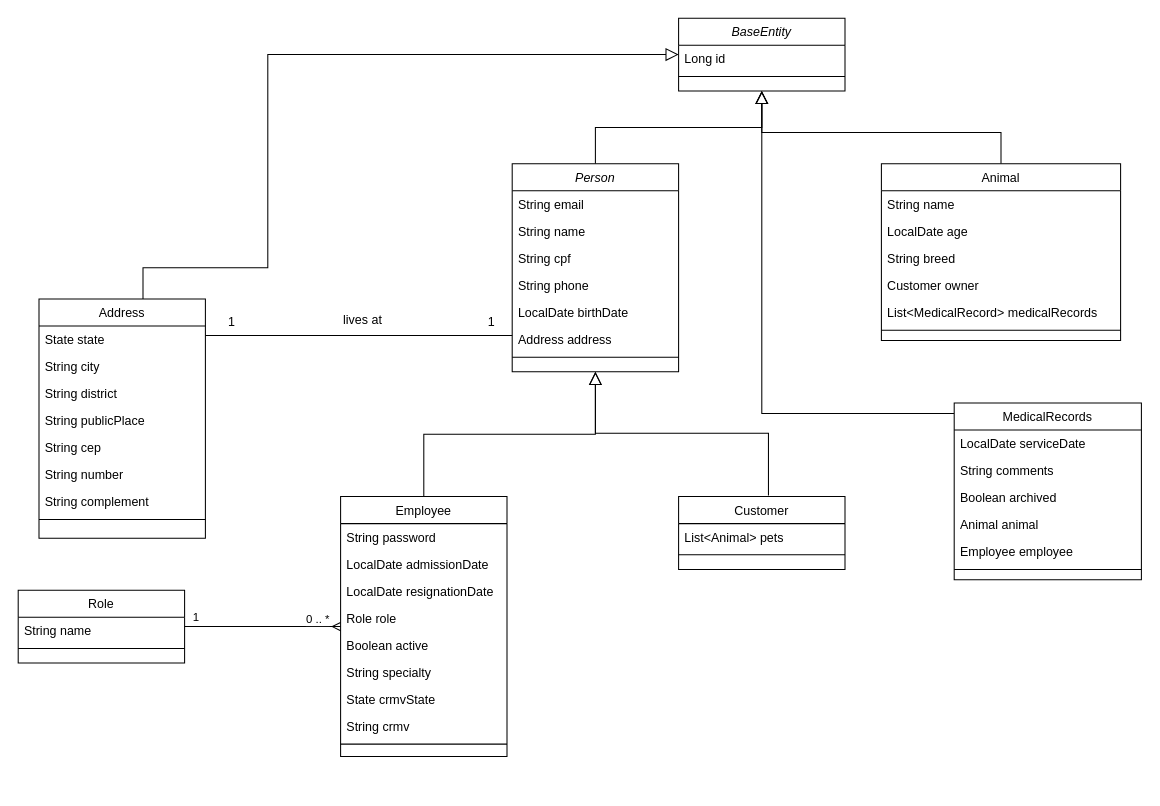
Before: page "Entities" (1 of 2) of docs/diagrama.drawio in GLutzBR/app-veterinario, a draw.io diagram. Source tidied: cells renumbered, new cells numbered last; positions are measured from the earlier drawing's top-left corner, leaving out a move shared by most shapes. Both pictures are drawn from the tidied source at 104%, with x=0, y=0 at pixel (18, 18).
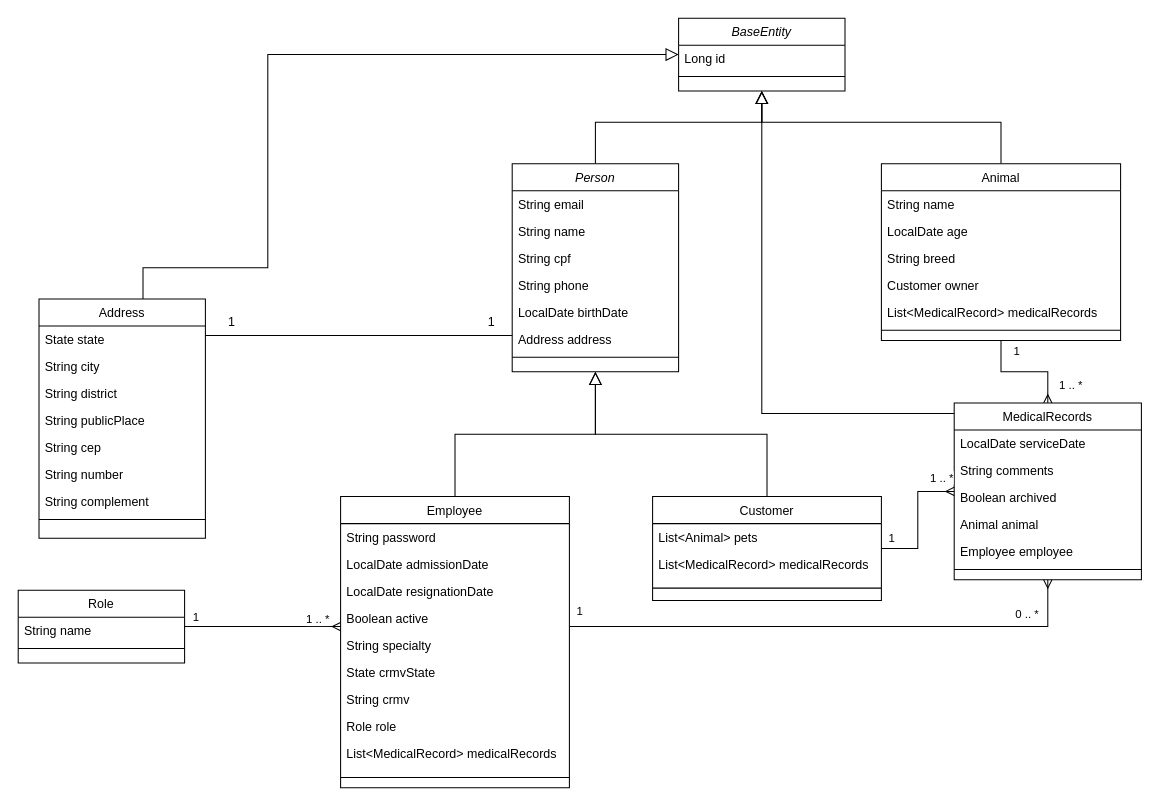
After the change.

Commit message:
doc: mapeamento de classes API

Unchanged cells that the change refers to:
```xml
<mxCell id="3" value="Person" style="swimlane;fontStyle=2;align=center;verticalAlign=top;horizontal=1;startSize=26;rounded=0;shadow=0;strokeWidth=1;" parent="1" vertex="1">
  <mxGeometry x="475" y="140" width="160" height="200" as="geometry" />
</mxCell>
<mxCell id="32" style="endArrow=none;shadow=0;strokeWidth=1;rounded=0;endFill=0;edgeStyle=elbowEdgeStyle;elbow=vertical;" parent="1" edge="1" source="3" target="23">
  <mxGeometry x="0.5" y="41" relative="1" as="geometry">
    <mxPoint x="-40" y="32" as="offset" />
  </mxGeometry>
</mxCell>
<mxCell id="40" value="BaseEntity" style="swimlane;fontStyle=2;align=center;verticalAlign=top;horizontal=1;startSize=26;rounded=0;shadow=0;strokeWidth=1;" parent="1" vertex="1">
  <mxGeometry x="635" width="160" height="70" as="geometry" />
</mxCell>
<mxCell id="46" value="1" style="edgeStyle=orthogonalEdgeStyle;rounded=0;jettySize=auto;html=1;endArrow=ERmany;endFill=0;" parent="1" edge="1" source="44" target="11">
  <mxGeometry x="-0.86" y="9" relative="1" as="geometry">
    <Array as="points">
      <mxPoint x="210" y="585" />
      <mxPoint x="210" y="585" />
    </Array>
  </mxGeometry>
</mxCell>
<mxCell id="49" value="Animal" style="swimlane;fontStyle=0;align=center;verticalAlign=top;horizontal=1;startSize=26;rounded=0;shadow=0;strokeWidth=1;" parent="1" vertex="1">
  <mxGeometry x="830" y="140" width="230" height="170" as="geometry" />
</mxCell>
<mxCell id="57" value="MedicalRecords" style="swimlane;fontStyle=0;align=center;verticalAlign=top;horizontal=1;startSize=26;rounded=0;shadow=0;strokeWidth=1;" parent="1" vertex="1">
  <mxGeometry x="900" y="370" width="180" height="170" as="geometry" />
</mxCell>
```

The edit, as a diff of the source:
```diff
@@
     <mxCell id="2" style="edgeStyle=orthogonalEdgeStyle;rounded=0;jettySize=auto;html=1;entryX=0.5;entryY=1;entryDx=0;entryDy=0;shadow=0;strokeWidth=1;endFill=0;endArrow=block;endSize=10;" parent="1" edge="1" source="3" target="40">
-      <mxGeometry relative="1" as="geometry" />
+      <mxGeometry relative="1" as="geometry">
+        <Array as="points">
+          <mxPoint x="555" y="100" />
+          <mxPoint x="715" y="100" />
+        </Array>
+      </mxGeometry>
     </mxCell>
@@
+    <mxCell id="64" value="1" style="edgeStyle=orthogonalEdgeStyle;rounded=0;jettySize=auto;html=1;endArrow=ERmany;endFill=0;" parent="1" edge="1" source="11" target="57">
+      <mxGeometry x="-0.96" y="15" relative="1" as="geometry">
+        <Array as="points">
+          <mxPoint x="990" y="585" />
+        </Array>
+      </mxGeometry>
+    </mxCell>
     <mxCell id="11" value="Employee" style="swimlane;fontStyle=0;align=center;verticalAlign=top;horizontal=1;startSize=26;rounded=0;shadow=0;strokeWidth=1;" parent="1" vertex="1">
-      <mxGeometry x="310" y="460" width="160" height="250" as="geometry" />
+      <mxGeometry x="310" y="460" width="220" height="280" as="geometry" />
     </mxCell>
     <mxCell id="12" value="String password" style="text;align=left;verticalAlign=top;spacingLeft=4;spacingRight=4;overflow=hidden;rounded=0;shadow=0;html=0;" parent="11" vertex="1">
-      <mxGeometry y="26" width="160" height="26" as="geometry" />
+      <mxGeometry y="26" width="220" height="26" as="geometry" />
     </mxCell>
     <mxCell id="13" value="LocalDate admissionDate" style="text;align=left;verticalAlign=top;spacingLeft=4;spacingRight=4;overflow=hidden;" parent="11" vertex="1">
-      <mxGeometry y="52" width="160" height="26" as="geometry" />
+      <mxGeometry y="52" width="220" height="26" as="geometry" />
     </mxCell>
     <mxCell id="14" value="LocalDate resignationDate" style="text;align=left;verticalAlign=top;spacingLeft=4;spacingRight=4;overflow=hidden;rounded=0;shadow=0;html=0;" parent="11" vertex="1">
-      <mxGeometry y="78" width="160" height="26" as="geometry" />
+      <mxGeometry y="78" width="220" height="26" as="geometry" />
     </mxCell>
-    <mxCell id="15" value="Role role" style="text;align=left;verticalAlign=top;spacingLeft=4;spacingRight=4;overflow=hidden;rounded=0;shadow=0;html=0;" parent="11" vertex="1">
-      <mxGeometry y="104" width="160" height="26" as="geometry" />
-    </mxCell>
     <mxCell id="16" value="Boolean active" style="text;align=left;verticalAlign=top;spacingLeft=4;spacingRight=4;overflow=hidden;rounded=0;shadow=0;html=0;" parent="11" vertex="1">
-      <mxGeometry y="130" width="160" height="26" as="geometry" />
+      <mxGeometry y="104" width="220" height="26" as="geometry" />
     </mxCell>
     <mxCell id="17" value="String specialty" style="text;align=left;verticalAlign=top;spacingLeft=4;spacingRight=4;overflow=hidden;" parent="11" vertex="1">
-      <mxGeometry y="156" width="160" height="26" as="geometry" />
+      <mxGeometry y="130" width="220" height="26" as="geometry" />
     </mxCell>
     <mxCell id="18" value="State crmvState" style="text;align=left;verticalAlign=top;spacingLeft=4;spacingRight=4;overflow=hidden;" parent="11" vertex="1">
-      <mxGeometry y="182" width="160" height="26" as="geometry" />
+      <mxGeometry y="156" width="220" height="26" as="geometry" />
     </mxCell>
     <mxCell id="19" value="String crmv" style="text;align=left;verticalAlign=top;spacingLeft=4;spacingRight=4;overflow=hidden;" parent="11" vertex="1">
-      <mxGeometry y="208" width="160" height="26" as="geometry" />
+      <mxGeometry y="182" width="220" height="26" as="geometry" />
     </mxCell>
+    <mxCell id="15" value="Role role" style="text;align=left;verticalAlign=top;spacingLeft=4;spacingRight=4;overflow=hidden;rounded=0;shadow=0;html=0;" parent="11" vertex="1">
+      <mxGeometry y="208" width="220" height="26" as="geometry" />
+    </mxCell>
+    <mxCell id="65" value="List&lt;MedicalRecord&gt; medicalRecords" style="text;align=left;verticalAlign=top;spacingLeft=4;spacingRight=4;overflow=hidden;" parent="11" vertex="1">
+      <mxGeometry y="234" width="220" height="26" as="geometry" />
+    </mxCell>
     <mxCell id="20" style="line;html=1;strokeWidth=1;align=left;verticalAlign=middle;spacingTop=-1;spacingLeft=3;spacingRight=3;labelPosition=right;" parent="11" vertex="1">
-      <mxGeometry y="234" width="160" height="8" as="geometry" />
+      <mxGeometry y="260" width="220" height="20" as="geometry" />
     </mxCell>
@@
-    <mxCell id="35" value="lives at" style="text;html=1;align=center;verticalAlign=middle;labelBackgroundColor=none;rounded=0;shadow=0;strokeWidth=1;fontSize=12;" parent="32" vertex="1">
-      <mxGeometry x="0.5" y="49" relative="1" as="geometry">
-        <mxPoint x="76" y="-64" as="offset" />
-      </mxGeometry>
-    </mxCell>
-    <mxCell id="36" value="Customer" style="swimlane;fontStyle=0;align=center;verticalAlign=top;horizontal=1;startSize=26;rounded=0;shadow=0;strokeWidth=1;" parent="1" vertex="1">
-      <mxGeometry x="635" y="460" width="160" height="70" as="geometry" />
-    </mxCell>
-    <mxCell id="37" value="List&lt;Animal&gt; pets" style="text;align=left;verticalAlign=top;spacingLeft=4;spacingRight=4;overflow=hidden;" parent="36" vertex="1">
-      <mxGeometry y="26" width="160" height="26" as="geometry" />
-    </mxCell>
-    <mxCell id="38" style="line;html=1;strokeWidth=1;align=left;verticalAlign=middle;spacingTop=-1;spacingLeft=3;spacingRight=3;labelPosition=right;" parent="36" vertex="1">
-      <mxGeometry y="52" width="160" height="8" as="geometry" />
-    </mxCell>
-    <mxCell id="39" style="endArrow=block;endSize=10;endFill=0;shadow=0;strokeWidth=1;rounded=0;edgeStyle=elbowEdgeStyle;elbow=vertical;exitX=0.54;exitY=-0.015;exitDx=0;exitDy=0;exitPerimeter=0;" parent="1" edge="1" source="36" target="3">
+    <mxCell id="39" style="endArrow=block;endSize=10;endFill=0;shadow=0;strokeWidth=1;rounded=0;edgeStyle=elbowEdgeStyle;elbow=vertical;" parent="1" edge="1" source="36" target="3">
       <mxGeometry relative="1" as="geometry" />
     </mxCell>
@@
-    <mxCell id="47" value="0 .. *" style="edgeLabel;html=1;align=center;verticalAlign=middle;" parent="46" vertex="1">
+    <mxCell id="47" value="1 .. *" style="edgeLabel;html=1;align=center;verticalAlign=middle;" parent="46" vertex="1">
       <mxGeometry x="0.21" y="1" relative="1" as="geometry">
         <mxPoint x="36" y="-7" as="offset" />
       </mxGeometry>
     </mxCell>
     <mxCell id="48" style="edgeStyle=orthogonalEdgeStyle;rounded=0;jettySize=auto;html=1;endArrow=block;endFill=0;shadow=0;strokeWidth=1;endSize=10;" parent="1" edge="1" source="49" target="40">
       <mxGeometry relative="1" as="geometry">
         <Array as="points">
-          <mxPoint x="945" y="110" />
-          <mxPoint x="715" y="110" />
+          <mxPoint x="945" y="100" />
+          <mxPoint x="715" y="100" />
         </Array>
       </mxGeometry>
     </mxCell>
+    <mxCell id="66" value="1" style="edgeStyle=orthogonalEdgeStyle;rounded=0;jettySize=auto;html=1;endArrow=ERmany;endFill=0;" parent="1" edge="1" source="49" target="57">
+      <mxGeometry x="-0.81" y="15" relative="1" as="geometry" />
+    </mxCell>
@@
+    <mxCell id="67" value="1" style="edgeStyle=orthogonalEdgeStyle;rounded=0;jettySize=auto;html=1;endArrow=ERmany;endFill=0;" parent="1" edge="1" source="36" target="57">
+      <mxGeometry x="-0.84" y="10" relative="1" as="geometry" />
+    </mxCell>
+    <mxCell id="36" value="Customer" style="swimlane;fontStyle=0;align=center;verticalAlign=top;horizontal=1;startSize=26;rounded=0;shadow=0;strokeWidth=1;" parent="1" vertex="1">
+      <mxGeometry x="610" y="460" width="220" height="100" as="geometry" />
+    </mxCell>
+    <mxCell id="37" value="List&lt;Animal&gt; pets" style="text;align=left;verticalAlign=top;spacingLeft=4;spacingRight=4;overflow=hidden;rounded=0;shadow=0;html=0;" parent="36" vertex="1">
+      <mxGeometry y="26" width="220" height="26" as="geometry" />
+    </mxCell>
+    <mxCell id="68" value="List&lt;MedicalRecord&gt; medicalRecords" style="text;align=left;verticalAlign=top;spacingLeft=4;spacingRight=4;overflow=hidden;" parent="36" vertex="1">
+      <mxGeometry y="52" width="220" height="26" as="geometry" />
+    </mxCell>
+    <mxCell id="69" style="line;html=1;strokeWidth=1;align=left;verticalAlign=middle;spacingTop=-1;spacingLeft=3;spacingRight=3;labelPosition=right;" parent="36" vertex="1">
+      <mxGeometry y="78" width="220" height="20" as="geometry" />
+    </mxCell>
+    <mxCell id="70" value="0 .. *" style="edgeLabel;html=1;align=center;verticalAlign=middle;" parent="1" vertex="1">
+      <mxGeometry x="297" y="587" as="geometry">
+        <mxPoint x="672" y="-15" as="offset" />
+      </mxGeometry>
+    </mxCell>
+    <mxCell id="71" value="1 .. *" style="edgeLabel;html=1;align=center;verticalAlign=middle;" parent="1" vertex="1">
+      <mxGeometry x="1060" y="440" as="geometry">
+        <mxPoint x="-49" y="-88" as="offset" />
+      </mxGeometry>
+    </mxCell>
+    <mxCell id="72" value="1 .. *" style="edgeLabel;html=1;align=center;verticalAlign=middle;" parent="1" vertex="1">
+      <mxGeometry x="307" y="597" as="geometry">
+        <mxPoint x="580" y="-156" as="offset" />
+      </mxGeometry>
+    </mxCell>
```
